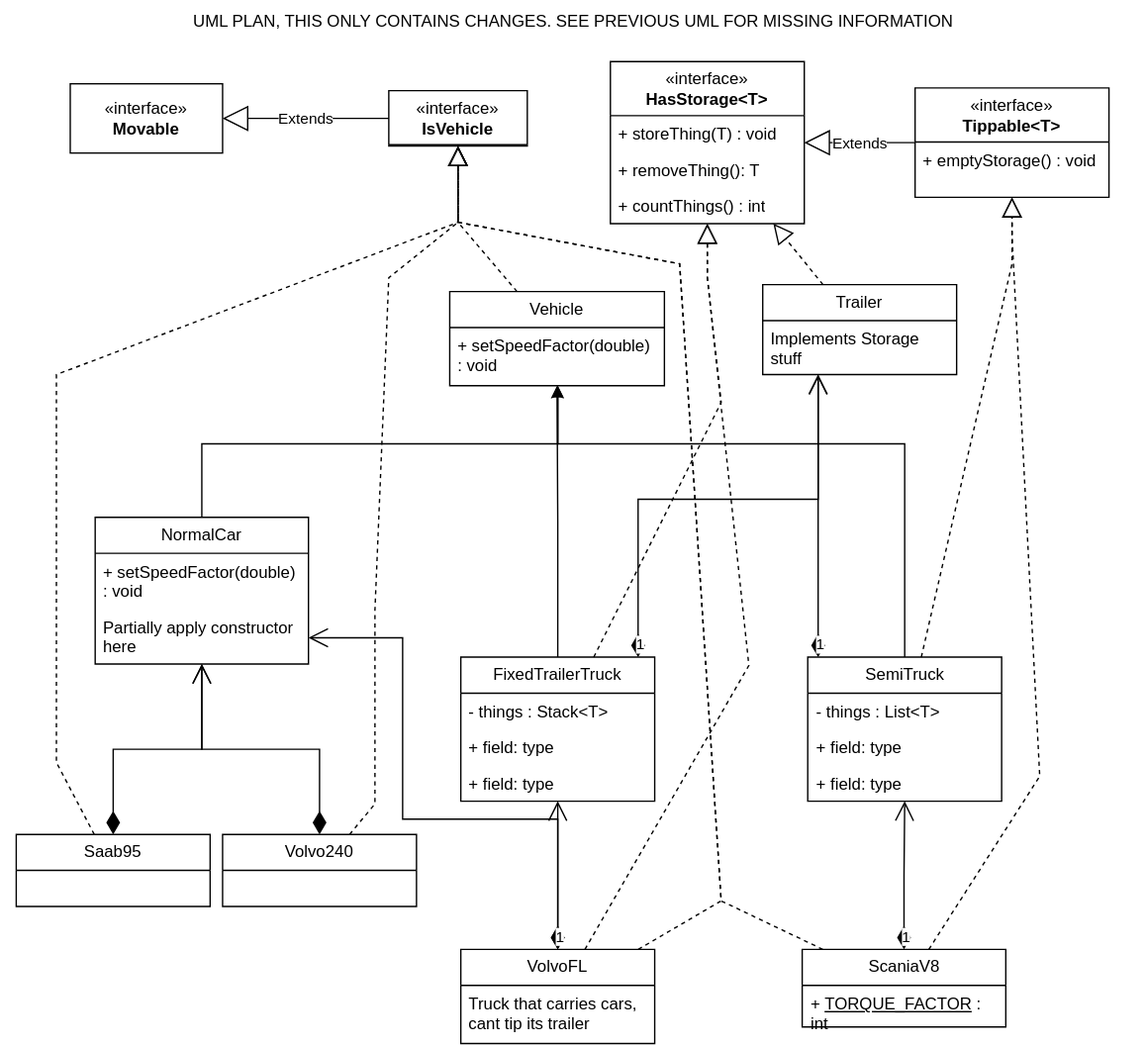
The draw.io diagram UML/UML-plan-2.svg in vicha00/DIT954-Labb-Grupp16, before a commit. Source tidied: cells renumbered, new cells last; positions are measured from the earlier drawing's top-left corner, leaving out a move shared by most shapes.
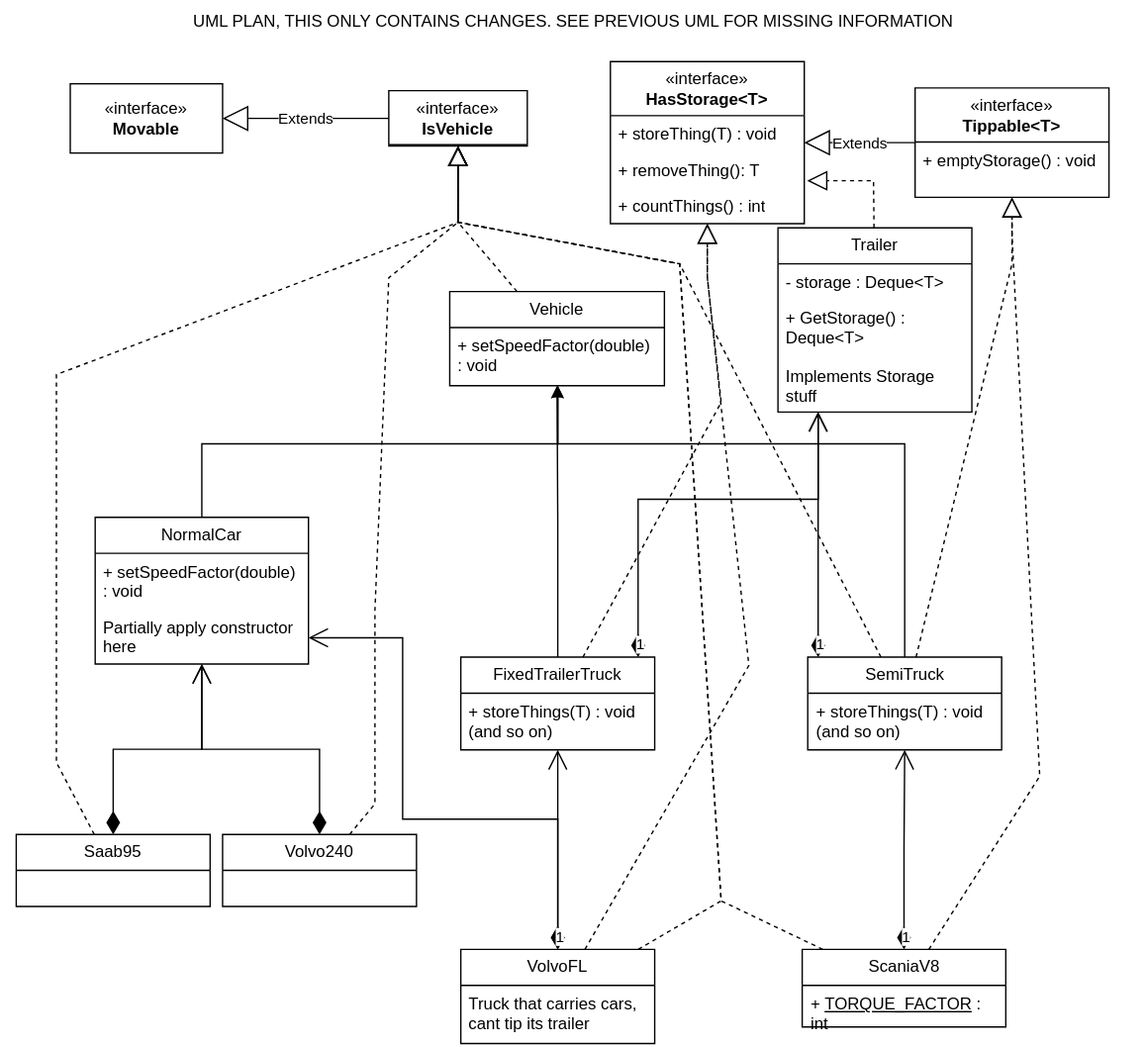
Above is the later version.

Commit message:
updated UML and changed saab and volvo to use new NormalCar class

The edit, as a diff of the source:
```diff
@@ -32,6 +32,14 @@
         </Array>
       </mxGeometry>
     </mxCell>
+    <mxCell id="54" style="endArrow=block;dashed=1;endFill=0;endSize=12;html=1;rounded=0;" parent="1" edge="1" source="34" target="27">
+      <mxGeometry relative="1" as="geometry">
+        <Array as="points">
+          <mxPoint x="490" y="190" />
+          <mxPoint x="330" y="160" />
+        </Array>
+      </mxGeometry>
+    </mxCell>
     <mxCell id="9" style="endArrow=block;dashed=1;endFill=0;endSize=12;html=1;rounded=0;" parent="1" edge="1" source="3" target="27">
       <mxGeometry relative="1" as="geometry">
         <Array as="points">
@@ -110,29 +118,17 @@
       <mxGeometry relative="1" as="geometry" />
     </mxCell>
     <mxCell id="30" value="FixedTrailerTruck" style="swimlane;fontStyle=0;horizontal=1;startSize=26;fillColor=none;whiteSpace=wrap;html=1;" parent="1" vertex="1">
-      <mxGeometry x="332" y="474" width="140" height="104" as="geometry" />
+      <mxGeometry x="332" y="474" width="140" height="67" as="geometry" />
     </mxCell>
-    <mxCell id="31" value="- things : Stack&amp;lt;T&amp;gt;" style="text;strokeColor=none;fillColor=none;align=left;verticalAlign=top;spacingLeft=4;spacingRight=4;overflow=hidden;whiteSpace=wrap;html=1;" parent="30" vertex="1">
-      <mxGeometry y="26" width="140" height="26" as="geometry" />
-    </mxCell>
-    <mxCell id="32" value="+ field: type" style="text;strokeColor=none;fillColor=none;align=left;verticalAlign=top;spacingLeft=4;spacingRight=4;overflow=hidden;whiteSpace=wrap;html=1;" parent="30" vertex="1">
-      <mxGeometry y="52" width="140" height="26" as="geometry" />
-    </mxCell>
-    <mxCell id="33" value="+ field: type" style="text;strokeColor=none;fillColor=none;align=left;verticalAlign=top;spacingLeft=4;spacingRight=4;overflow=hidden;whiteSpace=wrap;html=1;" parent="30" vertex="1">
-      <mxGeometry y="78" width="140" height="26" as="geometry" />
+    <mxCell id="33" value="&lt;div&gt;+ storeThings(T) : void (and so on)&lt;/div&gt;&lt;div&gt;&lt;br&gt;&lt;/div&gt;" style="text;strokeColor=none;fillColor=none;align=left;verticalAlign=top;spacingLeft=4;spacingRight=4;overflow=hidden;whiteSpace=wrap;html=1;" parent="30" vertex="1">
+      <mxGeometry y="26" width="140" height="41" as="geometry" />
     </mxCell>
     <mxCell id="34" value="SemiTruck" style="swimlane;fontStyle=0;horizontal=1;startSize=26;fillColor=none;whiteSpace=wrap;html=1;" parent="1" vertex="1">
-      <mxGeometry x="582.5" y="474" width="140" height="104" as="geometry" />
+      <mxGeometry x="582.5" y="474" width="140" height="67" as="geometry" />
     </mxCell>
-    <mxCell id="35" value="- things : List&amp;lt;T&amp;gt;" style="text;strokeColor=none;fillColor=none;align=left;verticalAlign=top;spacingLeft=4;spacingRight=4;overflow=hidden;whiteSpace=wrap;html=1;" parent="34" vertex="1">
-      <mxGeometry y="26" width="140" height="26" as="geometry" />
-    </mxCell>
-    <mxCell id="36" value="+ field: type" style="text;strokeColor=none;fillColor=none;align=left;verticalAlign=top;spacingLeft=4;spacingRight=4;overflow=hidden;whiteSpace=wrap;html=1;" parent="34" vertex="1">
-      <mxGeometry y="52" width="140" height="26" as="geometry" />
-    </mxCell>
-    <mxCell id="37" value="+ field: type" style="text;strokeColor=none;fillColor=none;align=left;verticalAlign=top;spacingLeft=4;spacingRight=4;overflow=hidden;whiteSpace=wrap;html=1;" parent="34" vertex="1">
-      <mxGeometry y="78" width="140" height="26" as="geometry" />
-    </mxCell>
+    <mxCell id="55" value="&lt;div&gt;+ storeThings(T) : void (and so on)&lt;/div&gt;&lt;div&gt;&lt;br&gt;&lt;/div&gt;" style="text;strokeColor=none;fillColor=none;align=left;verticalAlign=top;spacingLeft=4;spacingRight=4;overflow=hidden;whiteSpace=wrap;html=1;" parent="34" vertex="1">
+      <mxGeometry y="26" width="140" height="41" as="geometry" />
+    </mxCell>
     <mxCell id="38" value="1" style="endArrow=open;html=1;endSize=12;startArrow=diamondThin;startSize=14;startFill=1;edgeStyle=orthogonalEdgeStyle;align=left;verticalAlign=bottom;rounded=0;" parent="1" edge="1" source="12" target="34">
       <mxGeometry x="-1" y="3" relative="1" as="geometry" />
     </mxCell>
@@ -207,13 +203,23 @@
       </mxGeometry>
     </mxCell>
     <mxCell id="49" value="&lt;div&gt;Trailer&lt;/div&gt;" style="swimlane;fontStyle=0;horizontal=1;startSize=26;fillColor=none;whiteSpace=wrap;html=1;" parent="1" vertex="1">
-      <mxGeometry x="550" y="205" width="140" height="65" as="geometry" />
+      <mxGeometry x="561" y="164" width="140" height="133" as="geometry" />
     </mxCell>
+    <mxCell id="56" value="- storage : Deque&amp;lt;T&amp;gt;" style="text;strokeColor=none;fillColor=none;align=left;verticalAlign=top;spacingLeft=4;spacingRight=4;overflow=hidden;whiteSpace=wrap;html=1;" parent="49" vertex="1">
+      <mxGeometry y="26" width="140" height="26" as="geometry" />
+    </mxCell>
+    <mxCell id="57" value="+ GetStorage() : Deque&amp;lt;T&amp;gt;" style="text;strokeColor=none;fillColor=none;align=left;verticalAlign=top;spacingLeft=4;spacingRight=4;overflow=hidden;whiteSpace=wrap;html=1;" parent="49" vertex="1">
+      <mxGeometry y="52" width="140" height="42" as="geometry" />
+    </mxCell>
     <mxCell id="50" value="Implements Storage stuff" style="text;strokeColor=none;fillColor=none;align=left;verticalAlign=top;spacingLeft=4;spacingRight=4;overflow=hidden;whiteSpace=wrap;html=1;" parent="49" vertex="1">
-      <mxGeometry y="26" width="140" height="39" as="geometry" />
+      <mxGeometry y="94" width="140" height="39" as="geometry" />
     </mxCell>
-    <mxCell id="51" style="endArrow=block;dashed=1;endFill=0;endSize=12;html=1;rounded=0;" parent="1" edge="1" source="49" target="22">
-      <mxGeometry relative="1" as="geometry" />
+    <mxCell id="51" style="endArrow=block;dashed=1;endFill=0;endSize=12;html=1;rounded=0;entryX=1.015;entryY=0.808;entryDx=0;entryDy=0;entryPerimeter=0;" parent="1" edge="1" source="49" target="24">
+      <mxGeometry relative="1" as="geometry">
+        <Array as="points">
+          <mxPoint x="630" y="130" />
+        </Array>
+      </mxGeometry>
     </mxCell>
     <mxCell id="52" value="1" style="endArrow=open;html=1;endSize=12;startArrow=diamondThin;startSize=14;startFill=1;edgeStyle=orthogonalEdgeStyle;align=left;verticalAlign=bottom;rounded=0;" parent="1" edge="1" source="34" target="49">
       <mxGeometry x="-1" y="3" relative="1" as="geometry">
```
